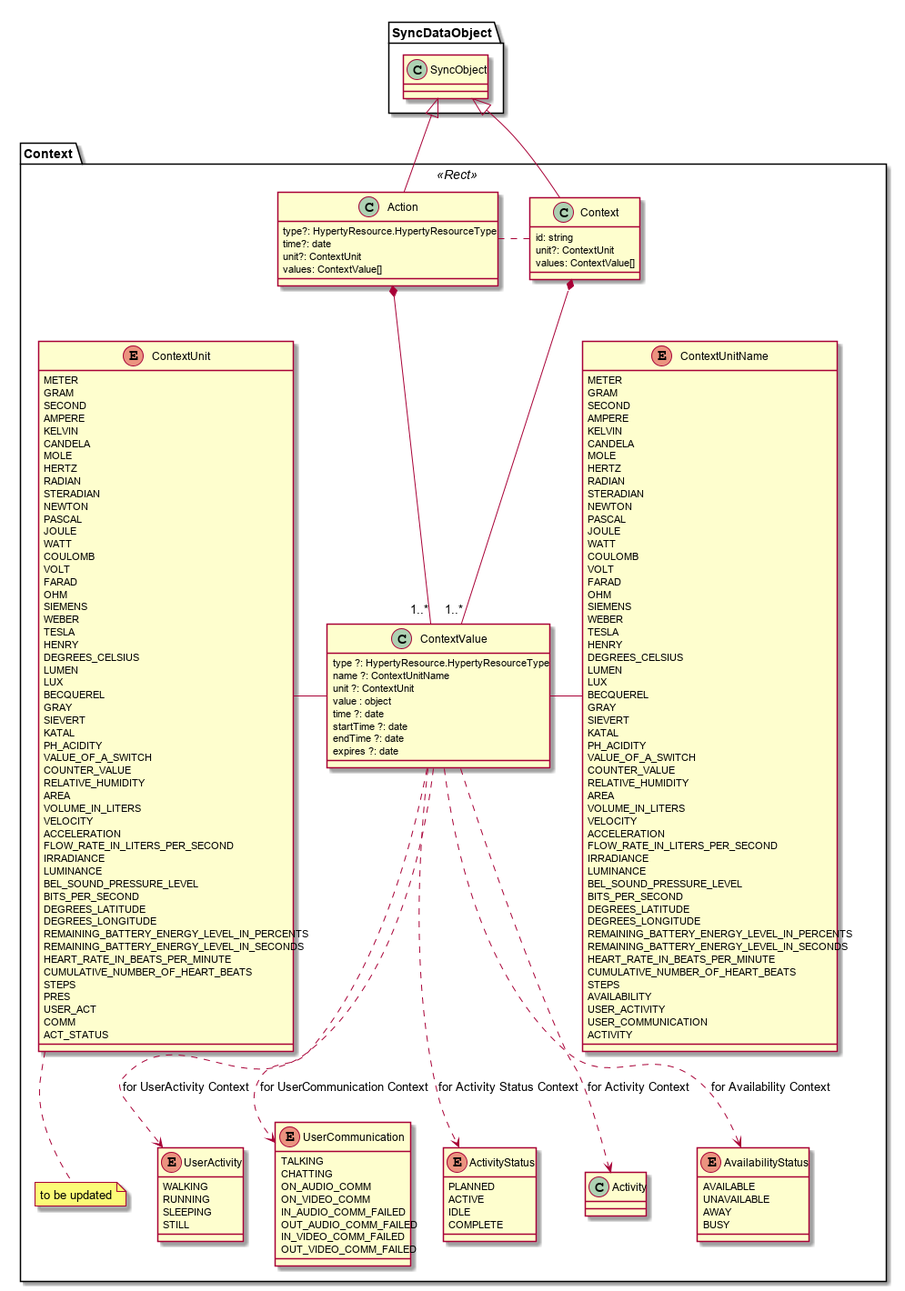
This is datamodel/data-objects/context/Context.png from reTHINK-project/specs, a PlantUML export, as it was before one commit.
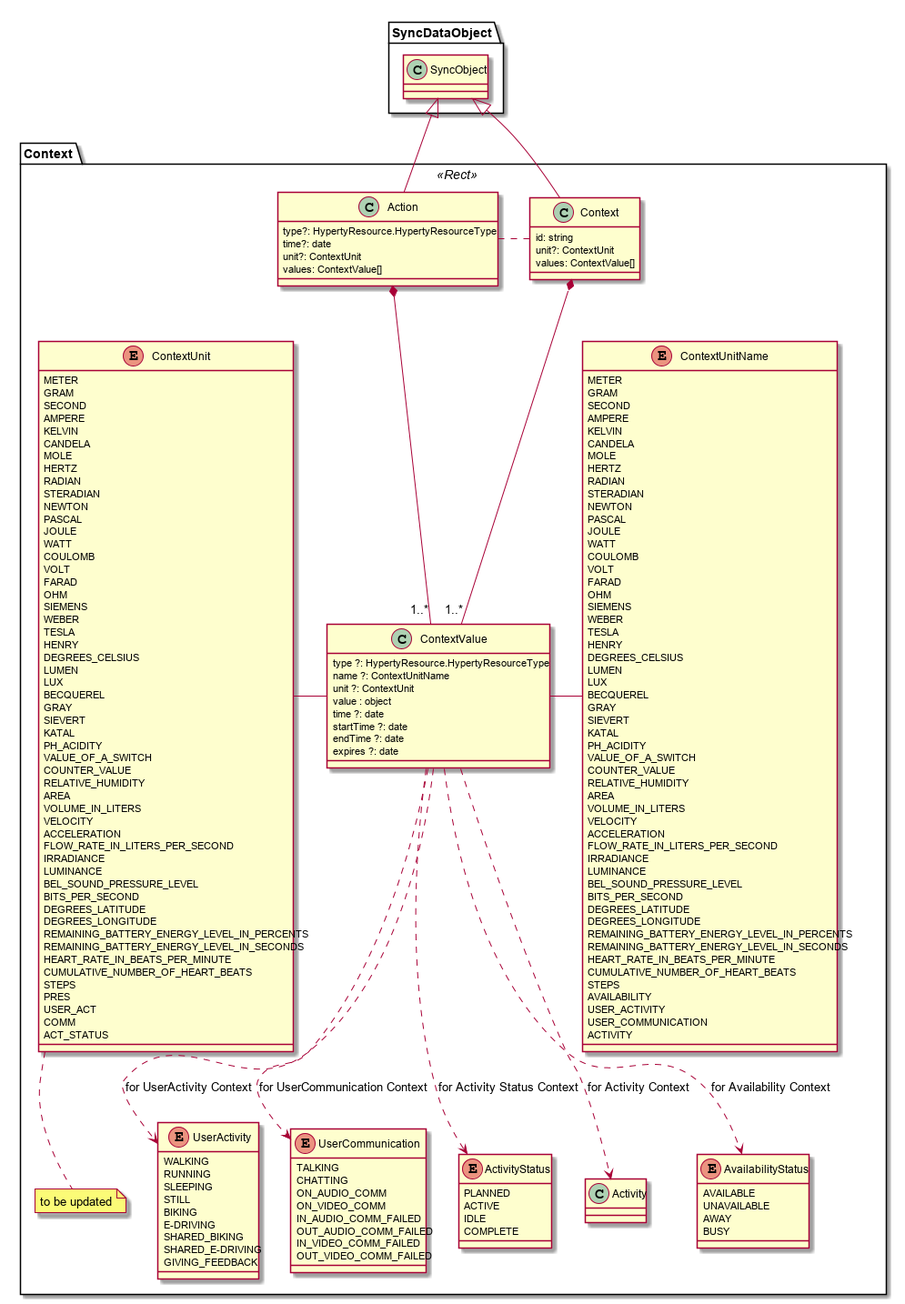
The same file after the commit.

Commit message:
Context Data Model updated

Diff of the diagram source:
```diff
@@ -145,6 +145,11 @@
 	 RUNNING
 	 SLEEPING
 	 STILL
+	 BIKING
+	 E-DRIVING
+	 SHARED_BIKING
+	 SHARED_E-DRIVING
+	 GIVING_FEEDBACK
 	}
 
 	enum UserCommunication {
```
